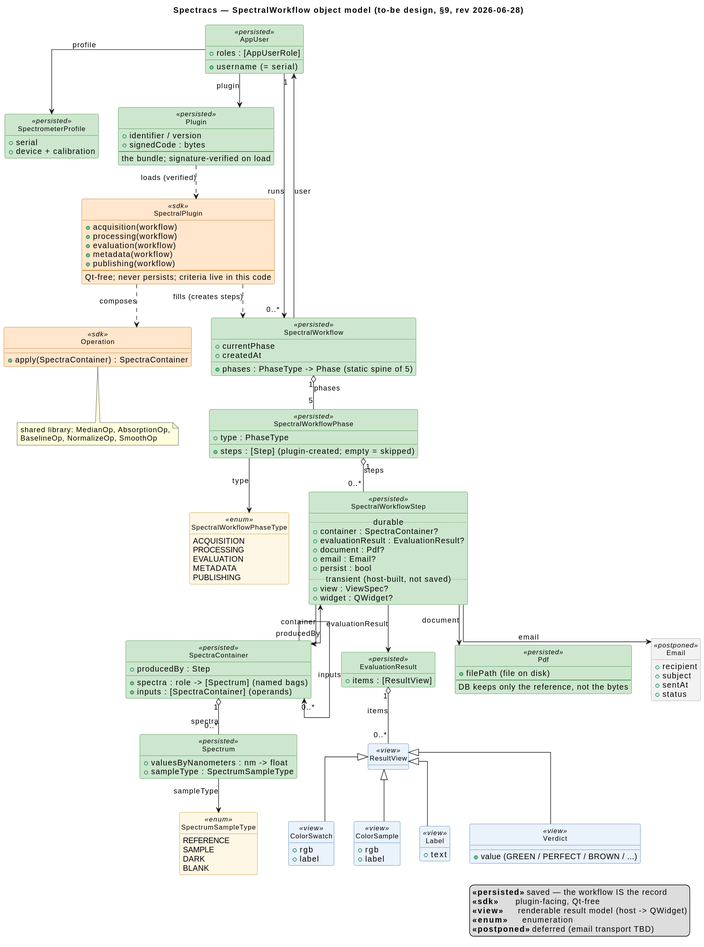
Above: workflow_object_model.svg in nidwe72/spectracs-docs (PlantUML), before the change.
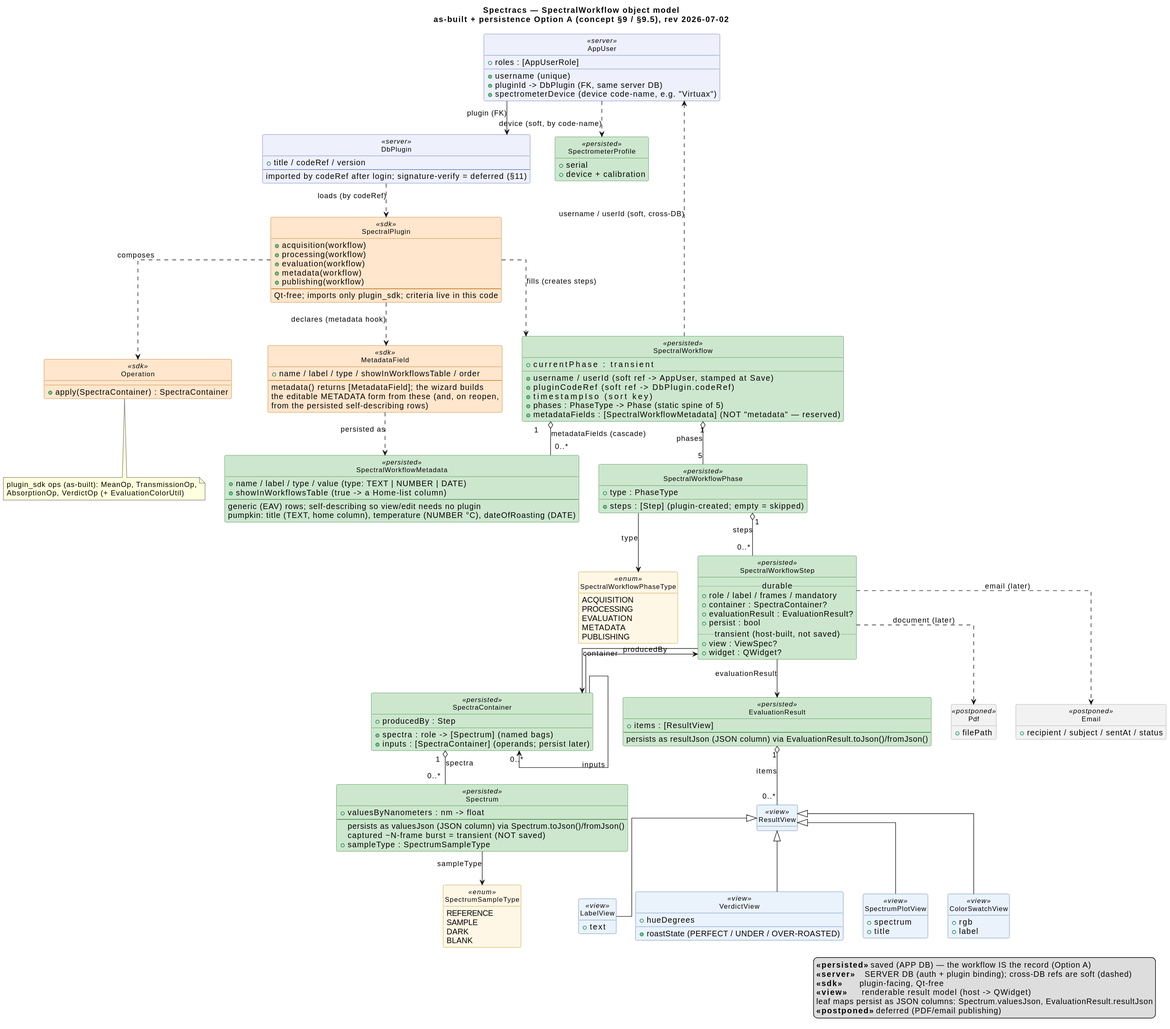
The same diagram one commit later.

Commit message:
Docs: update DB + workflow-object UML for Option A workflow persistence

Diff of the diagram source:
```diff
@@ -1,5 +1,5 @@
 @startuml
-title Spectracs — SpectralWorkflow object model (to-be design, §9, rev 2026-06-28)
+title Spectracs — SpectralWorkflow object model\nas-built + persistence Option A (concept §9 / §9.5), rev 2026-07-02
 
 hide circle
 hide empty methods
@@ -10,6 +10,8 @@
   BorderColor #333333
   BackgroundColor<<persisted>> #CDE7CE
   BorderColor<<persisted>> #2E7D32
+  BackgroundColor<<server>> #EEF0FB
+  BorderColor<<server>> #4C5FAF
   BackgroundColor<<sdk>> #FFE6CC
   BorderColor<<sdk>> #B36A00
   BackgroundColor<<enum>> #FFF7E6
@@ -20,30 +22,42 @@
   BorderColor<<view>> #3A6EA5
 }
 
-class AppUser <<persisted>> {
-  + username  (= serial)
+class AppUser <<server>> {
+  + username (unique)
   + roles : [AppUserRole]
+  + pluginId -> DbPlugin (FK, same server DB)
+  + spectrometerDevice  (device code-name, e.g. "Virtuax")
+}
+class DbPlugin <<server>> {
+  + title / codeRef / version
+  --
+  imported by codeRef after login; signature-verify = deferred (§11)
 }
 class SpectrometerProfile <<persisted>> {
   + serial
   + device + calibration
 }
-class Plugin <<persisted>> {
-  + identifier / version
-  + signedCode : bytes
-  --
-  the bundle; signature-verified on load
-}
-AppUser --> SpectrometerProfile : profile
-AppUser --> Plugin : plugin
+AppUser --> DbPlugin : plugin (FK)
+AppUser ..> SpectrometerProfile : device (soft, by code-name)
 
 class SpectralWorkflow <<persisted>> {
+  + username / userId      (soft ref -> AppUser, stamped at Save)
+  + pluginCodeRef          (soft ref -> DbPlugin.codeRef)
+  + timestampIso           (sort key)
   + phases : PhaseType -> Phase  (static spine of 5)
-  + currentPhase
-  + createdAt
+  + metadataFields : [SpectralWorkflowMetadata]   (NOT "metadata" — reserved)
+  + currentPhase           : transient
 }
-SpectralWorkflow --> AppUser : user
-AppUser "1" --> "0..*" SpectralWorkflow : runs
+SpectralWorkflow ..> AppUser : username / userId (soft, cross-DB)
+
+class SpectralWorkflowMetadata <<persisted>> {
+  + name / label / type / value   (type: TEXT | NUMBER | DATE)
+  + showInWorkflowsTable   (true -> a Home-list column)
+  --
+  generic (EAV) rows; self-describing so view/edit needs no plugin
+  pumpkin: title (TEXT, home column), temperature (NUMBER °C), dateOfRoasting (DATE)
+}
+SpectralWorkflow "1" o-- "0..*" SpectralWorkflowMetadata : metadataFields (cascade)
 
 enum SpectralWorkflowPhaseType <<enum>> {
   ACQUISITION
@@ -62,10 +76,9 @@
 
 class SpectralWorkflowStep <<persisted>> {
   .. durable ..
+  + role / label / frames / mandatory
   + container : SpectraContainer?
   + evaluationResult : EvaluationResult?
-  + document : Pdf?
-  + email : Email?
   + persist : bool
   .. transient (host-built, not saved) ..
   + view : ViewSpec?
@@ -75,11 +88,14 @@
 
 class SpectraContainer <<persisted>> {
   + spectra : role -> [Spectrum]  (named bags)
-  + inputs : [SpectraContainer]  (operands)
+  + inputs : [SpectraContainer]  (operands; persist later)
   + producedBy : Step
 }
 class Spectrum <<persisted>> {
   + valuesByNanometers : nm -> float
+  --
+  persists as valuesJson (JSON column) via Spectrum.toJson()/fromJson()
+  captured ~N-frame burst = transient (NOT saved)
   + sampleType : SpectrumSampleType
 }
 enum SpectrumSampleType <<enum>> {
@@ -96,42 +112,40 @@
 
 class EvaluationResult <<persisted>> {
   + items : [ResultView]
+  --
+  persists as resultJson (JSON column) via EvaluationResult.toJson()/fromJson()
 }
 class ResultView <<view>>
-class ColorSwatch <<view>> {
+class ColorSwatchView <<view>> {
   + rgb
   + label
 }
-class ColorSample <<view>> {
-  + rgb
-  + label
-}
-class Label <<view>> {
+class LabelView <<view>> {
   + text
 }
-class Verdict <<view>> {
-  + value  (GREEN / PERFECT / BROWN / ...)
+class VerdictView <<view>> {
+  + roastState  (PERFECT / UNDER / OVER-ROASTED)
+  + hueDegrees
+}
+class SpectrumPlotView <<view>> {
+  + spectrum
+  + title
 }
 SpectralWorkflowStep --> EvaluationResult : evaluationResult
 EvaluationResult "1" o-- "0..*" ResultView : items
-ResultView <|-- ColorSwatch
-ResultView <|-- ColorSample
-ResultView <|-- Label
-ResultView <|-- Verdict
+ResultView <|-- ColorSwatchView
+ResultView <|-- LabelView
+ResultView <|-- VerdictView
+ResultView <|-- SpectrumPlotView
 
-class Pdf <<persisted>> {
-  + filePath  (file on disk)
-  --
-  DB keeps only the reference, not the bytes
+class Pdf <<postponed>> {
+  + filePath
 }
 class Email <<postponed>> {
-  + recipient
-  + subject
-  + sentAt
-  + status
+  + recipient / subject / sentAt / status
 }
-SpectralWorkflowStep --> Pdf : document
-SpectralWorkflowStep --> Email : email
+SpectralWorkflowStep ..> Pdf : document (later)
+SpectralWorkflowStep ..> Email : email (later)
 
 class SpectralPlugin <<sdk>> {
   + acquisition(workflow)
@@ -140,24 +154,34 @@
   + metadata(workflow)
   + publishing(workflow)
   --
-  Qt-free; never persists; criteria live in this code
+  Qt-free; imports only plugin_sdk; criteria live in this code
 }
 class Operation <<sdk>> {
   + apply(SpectraContainer) : SpectraContainer
 }
 note bottom of Operation
-  shared library: MedianOp, AbsorptionOp,
-  BaselineOp, NormalizeOp, SmoothOp
+  plugin_sdk ops (as-built): MeanOp, TransmissionOp,
+  AbsorptionOp, VerdictOp (+ EvaluationColorUtil)
 end note
-Plugin ..> SpectralPlugin : loads (verified)
+class MetadataField <<sdk>> {
+  + name / label / type / showInWorkflowsTable / order
+  --
+  metadata() returns [MetadataField]; the wizard builds
+  the editable METADATA form from these (and, on reopen,
+  from the persisted self-describing rows)
+}
+DbPlugin ..> SpectralPlugin : loads (by codeRef)
 SpectralPlugin ..> SpectralWorkflow : fills (creates steps)
 SpectralPlugin ..> Operation : composes
+SpectralPlugin ..> MetadataField : declares (metadata hook)
+MetadataField ..> SpectralWorkflowMetadata : persisted as
 
 legend right
-  <b><<persisted>></b> saved — the workflow IS the record
+  <b><<persisted>></b> saved (APP DB) — the workflow IS the record (Option A)
+  <b><<server>></b>    SERVER DB (auth + plugin binding); cross-DB refs are soft (dashed)
   <b><<sdk>></b>       plugin-facing, Qt-free
   <b><<view>></b>      renderable result model (host -> QWidget)
-  <b><<enum>></b>      enumeration
-  <b><<postponed>></b> deferred (email transport TBD)
+  leaf maps persist as JSON columns: Spectrum.valuesJson, EvaluationResult.resultJson
+  <b><<postponed>></b> deferred (PDF/email publishing)
 endlegend
 @enduml
```
